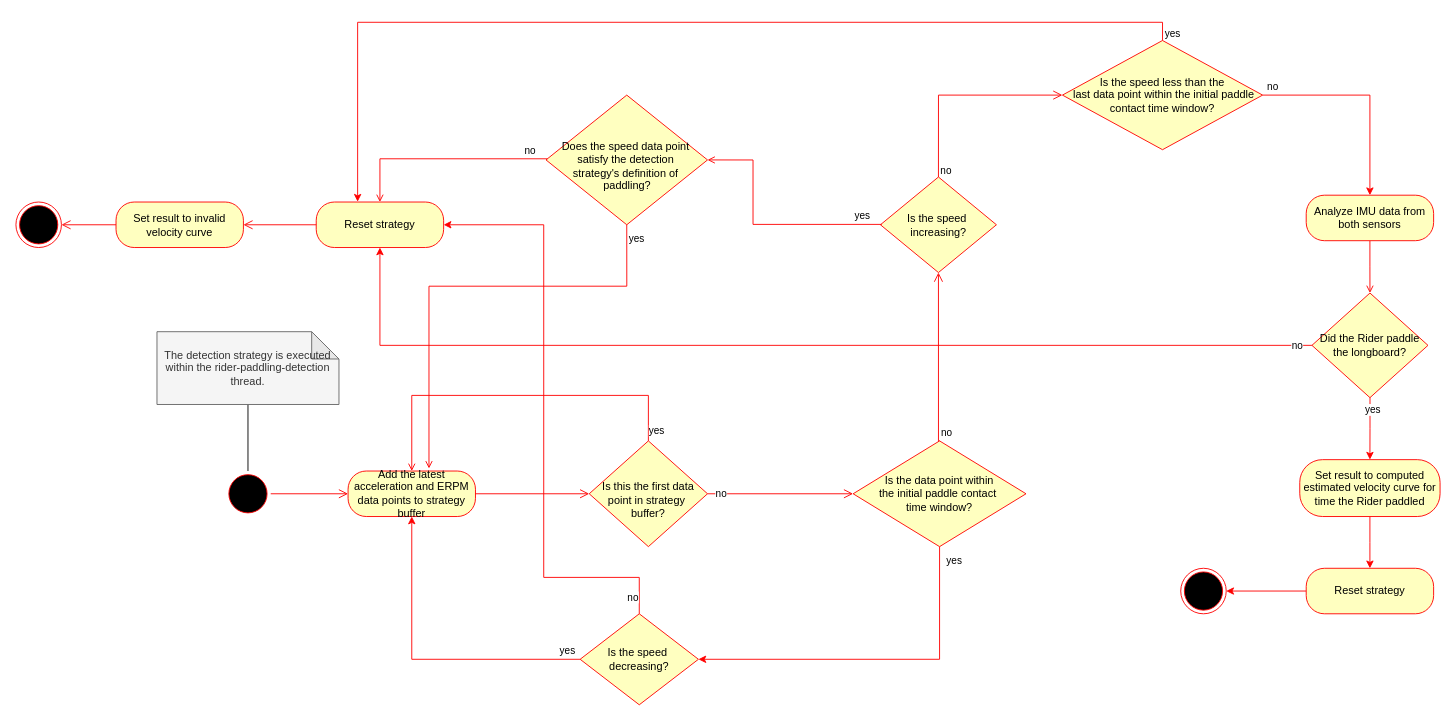
bobacktech/bionic-boarder keeps this draw.io diagram as diagrams/Paddling Detection Strategy Activity Diagram.drawio. Above is the earlier version. Source tidied: cells renumbered, new cells numbered last; positions are measured from the earlier drawing's top-left corner, leaving out a move shared by most shapes. Both pictures are drawn from the tidied source at 91%, with x=0, y=0 at pixel (15, 22).
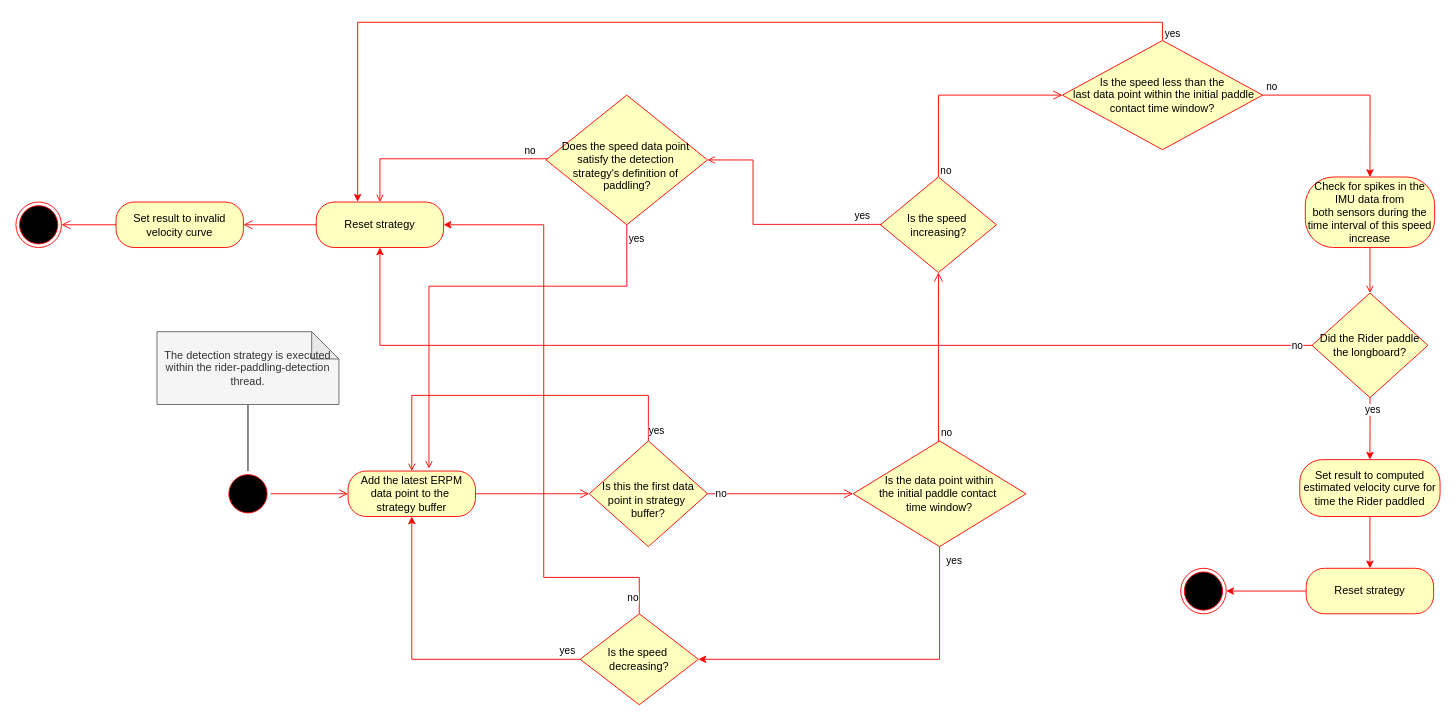
The same page after the edit.

Commit message:
BB-75: Removed the acceleration logic from diagram.

Diff of the diagram source:
```diff
@@
-    <mxCell id="3" value="&lt;font style=&quot;color: rgb(0, 0, 0);&quot;&gt;Add the latest acceleration and ERPM data points to strategy buffer&lt;/font&gt;" style="rounded=1;whiteSpace=wrap;html=1;arcSize=40;fontColor=#000000;fillColor=#ffffc0;strokeColor=#ff0000;labelBackgroundColor=none;" parent="1" vertex="1">
+    <mxCell id="3" value="&lt;font style=&quot;color: rgb(0, 0, 0);&quot;&gt;Add the latest ERPM data point to the&amp;nbsp;&lt;/font&gt;&lt;div&gt;&lt;font style=&quot;color: rgb(0, 0, 0);&quot;&gt;strategy buffer&lt;/font&gt;&lt;/div&gt;" style="rounded=1;whiteSpace=wrap;html=1;arcSize=40;fontColor=#000000;fillColor=#ffffc0;strokeColor=#ff0000;labelBackgroundColor=none;" parent="1" vertex="1">
       <mxGeometry x="365" y="493.1" width="140" height="50" as="geometry" />
     </mxCell>
@@
-    <mxCell id="29" value="&lt;font color=&quot;#000000&quot;&gt;Analyze IMU data from&lt;/font&gt;&lt;div&gt;&lt;font color=&quot;#000000&quot;&gt;both sensors&lt;/font&gt;&lt;/div&gt;" style="rounded=1;whiteSpace=wrap;html=1;arcSize=40;fontColor=#000000;fillColor=#ffffc0;strokeColor=#ff0000;labelBackgroundColor=none;" parent="1" vertex="1">
-      <mxGeometry x="1417.9" y="190" width="140" height="50" as="geometry" />
+    <mxCell id="29" value="&lt;font color=&quot;#000000&quot;&gt;Check for spikes in the&lt;/font&gt;&lt;div&gt;&lt;font color=&quot;#000000&quot;&gt;IMU data from&lt;/font&gt;&lt;div&gt;&lt;font color=&quot;#000000&quot;&gt;both sensors during the time interval of this speed increase&lt;/font&gt;&lt;/div&gt;&lt;/div&gt;" style="rounded=1;whiteSpace=wrap;html=1;arcSize=40;fontColor=#000000;fillColor=#ffffc0;strokeColor=#ff0000;labelBackgroundColor=none;" parent="1" vertex="1">
+      <mxGeometry x="1416.9" y="170" width="142.1" height="77.5" as="geometry" />
     </mxCell>
```
